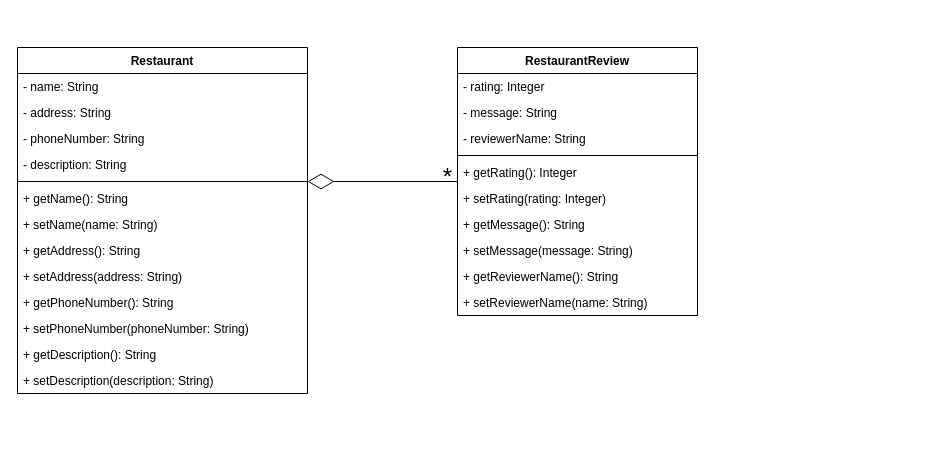
The draw.io diagram Documentation/UMLDiagram.drawio in ericrleung/SYSC4806-Project, before the edit. Source tidied: cells renumbered, new cells numbered last; positions are measured from the earlier drawing's top-left corner, leaving out a move shared by most shapes. Both pictures are drawn from the tidied source at 100%, with x=0, y=0 at pixel (17, 47).
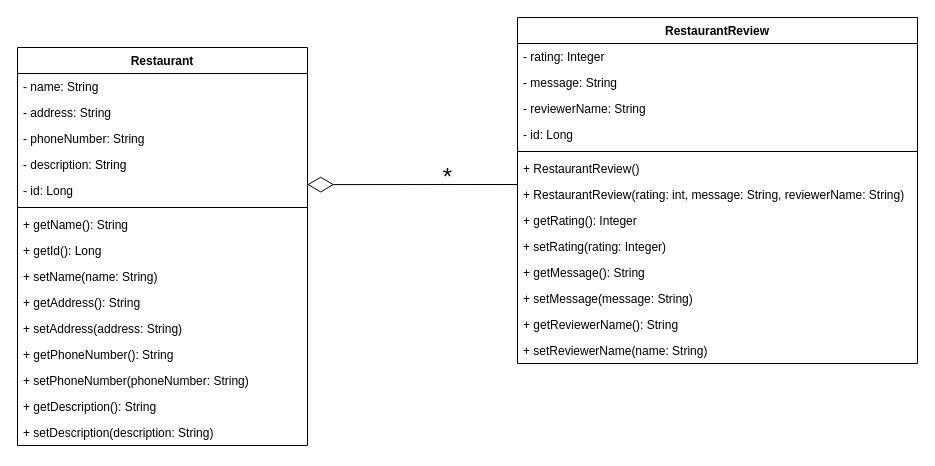
The same page after the edit.

Change to the diagram source:
```diff
@@
     <mxCell id="2" value="Restaurant" style="swimlane;fontStyle=1;align=center;verticalAlign=top;horizontal=1;startSize=26;" parent="1" vertex="1">
-      <mxGeometry width="290" height="346" as="geometry" />
+      <mxGeometry width="290" height="398" as="geometry" />
     </mxCell>
@@
+    <mxCell id="29" value="- id: Long" style="text;strokeColor=none;fillColor=none;align=left;verticalAlign=top;spacingLeft=4;spacingRight=4;overflow=hidden;points=[[0,0.5],[1,0.5]];portConstraint=eastwest;" parent="2" vertex="1">
+      <mxGeometry y="130" width="290" height="26" as="geometry" />
+    </mxCell>
     <mxCell id="7" style="line;strokeWidth=1;fillColor=none;align=left;verticalAlign=middle;spacingTop=-1;spacingLeft=3;spacingRight=3;labelPosition=right;points=[];portConstraint=eastwest;" parent="2" vertex="1">
-      <mxGeometry y="130" width="290" height="8" as="geometry" />
+      <mxGeometry y="156" width="290" height="8" as="geometry" />
     </mxCell>
     <mxCell id="8" value="+ getName(): String" style="text;strokeColor=none;fillColor=none;align=left;verticalAlign=top;spacingLeft=4;spacingRight=4;overflow=hidden;" parent="2" vertex="1">
-      <mxGeometry y="138" width="290" height="26" as="geometry" />
+      <mxGeometry y="164" width="290" height="26" as="geometry" />
     </mxCell>
+    <mxCell id="30" value="+ getId(): Long" style="text;strokeColor=none;fillColor=none;align=left;verticalAlign=top;spacingLeft=4;spacingRight=4;overflow=hidden;" parent="2" vertex="1">
+      <mxGeometry y="190" width="290" height="26" as="geometry" />
+    </mxCell>
     <mxCell id="9" value="+ setName(name: String)" style="text;strokeColor=none;fillColor=none;align=left;verticalAlign=top;spacingLeft=4;spacingRight=4;overflow=hidden;" parent="2" vertex="1">
-      <mxGeometry y="164" width="290" height="26" as="geometry" />
+      <mxGeometry y="216" width="290" height="26" as="geometry" />
     </mxCell>
     <mxCell id="10" value="+ getAddress(): String" style="text;strokeColor=none;fillColor=none;align=left;verticalAlign=top;spacingLeft=4;spacingRight=4;overflow=hidden;" parent="2" vertex="1">
-      <mxGeometry y="190" width="290" height="26" as="geometry" />
+      <mxGeometry y="242" width="290" height="26" as="geometry" />
     </mxCell>
     <mxCell id="11" value="+ setAddress(address: String)" style="text;strokeColor=none;fillColor=none;align=left;verticalAlign=top;spacingLeft=4;spacingRight=4;overflow=hidden;" parent="2" vertex="1">
-      <mxGeometry y="216" width="290" height="26" as="geometry" />
+      <mxGeometry y="268" width="290" height="26" as="geometry" />
     </mxCell>
     <mxCell id="12" value="+ getPhoneNumber(): String" style="text;strokeColor=none;fillColor=none;align=left;verticalAlign=top;spacingLeft=4;spacingRight=4;overflow=hidden;" parent="2" vertex="1">
-      <mxGeometry y="242" width="290" height="26" as="geometry" />
+      <mxGeometry y="294" width="290" height="26" as="geometry" />
     </mxCell>
     <mxCell id="13" value="+ setPhoneNumber(phoneNumber: String)" style="text;strokeColor=none;fillColor=none;align=left;verticalAlign=top;spacingLeft=4;spacingRight=4;overflow=hidden;" parent="2" vertex="1">
-      <mxGeometry y="268" width="290" height="26" as="geometry" />
+      <mxGeometry y="320" width="290" height="26" as="geometry" />
     </mxCell>
     <mxCell id="14" value="+ getDescription(): String" style="text;strokeColor=none;fillColor=none;align=left;verticalAlign=top;spacingLeft=4;spacingRight=4;overflow=hidden;" parent="2" vertex="1">
-      <mxGeometry y="294" width="290" height="26" as="geometry" />
+      <mxGeometry y="346" width="290" height="26" as="geometry" />
     </mxCell>
     <mxCell id="15" value="+ setDescription(description: String)" style="text;strokeColor=none;fillColor=none;align=left;verticalAlign=top;spacingLeft=4;spacingRight=4;overflow=hidden;" parent="2" vertex="1">
-      <mxGeometry y="320" width="290" height="26" as="geometry" />
+      <mxGeometry y="372" width="290" height="26" as="geometry" />
     </mxCell>
     <mxCell id="16" value="RestaurantReview" style="swimlane;fontStyle=1;align=center;verticalAlign=top;horizontal=1;startSize=26;" parent="1" vertex="1">
-      <mxGeometry x="440" width="240" height="268" as="geometry" />
+      <mxGeometry x="500" y="-30" width="400" height="346" as="geometry" />
     </mxCell>
     <mxCell id="17" value="- rating: Integer" style="text;strokeColor=none;fillColor=none;align=left;verticalAlign=top;spacingLeft=4;spacingRight=4;overflow=hidden;" parent="16" vertex="1">
-      <mxGeometry y="26" width="240" height="26" as="geometry" />
+      <mxGeometry y="26" width="400" height="26" as="geometry" />
     </mxCell>
     <mxCell id="18" value="- message: String" style="text;strokeColor=none;fillColor=none;align=left;verticalAlign=top;spacingLeft=4;spacingRight=4;overflow=hidden;" parent="16" vertex="1">
-      <mxGeometry y="52" width="240" height="26" as="geometry" />
+      <mxGeometry y="52" width="400" height="26" as="geometry" />
     </mxCell>
     <mxCell id="19" value="- reviewerName: String" style="text;strokeColor=none;fillColor=none;align=left;verticalAlign=top;spacingLeft=4;spacingRight=4;overflow=hidden;" parent="16" vertex="1">
-      <mxGeometry y="78" width="240" height="26" as="geometry" />
+      <mxGeometry y="78" width="400" height="26" as="geometry" />
     </mxCell>
+    <mxCell id="31" value="- id: Long" style="text;strokeColor=none;fillColor=none;align=left;verticalAlign=top;spacingLeft=4;spacingRight=4;overflow=hidden;" parent="16" vertex="1">
+      <mxGeometry y="104" width="400" height="26" as="geometry" />
+    </mxCell>
     <mxCell id="20" style="line;strokeWidth=1;fillColor=none;align=left;verticalAlign=middle;spacingTop=-1;spacingLeft=3;spacingRight=3;labelPosition=right;" parent="16" vertex="1">
-      <mxGeometry y="104" width="240" height="8" as="geometry" />
+      <mxGeometry y="130" width="400" height="8" as="geometry" />
     </mxCell>
+    <mxCell id="32" value="+ RestaurantReview()" style="text;strokeColor=none;fillColor=none;align=left;verticalAlign=top;spacingLeft=4;spacingRight=4;overflow=hidden;" parent="16" vertex="1">
+      <mxGeometry y="138" width="400" height="26" as="geometry" />
+    </mxCell>
+    <mxCell id="33" value="+ RestaurantReview(rating: int, message: String, reviewerName: String)" style="text;strokeColor=none;fillColor=none;align=left;verticalAlign=top;spacingLeft=4;spacingRight=4;overflow=hidden;" parent="16" vertex="1">
+      <mxGeometry y="164" width="400" height="26" as="geometry" />
+    </mxCell>
     <mxCell id="21" value="+ getRating(): Integer" style="text;strokeColor=none;fillColor=none;align=left;verticalAlign=top;spacingLeft=4;spacingRight=4;overflow=hidden;" parent="16" vertex="1">
-      <mxGeometry y="112" width="240" height="26" as="geometry" />
+      <mxGeometry y="190" width="400" height="26" as="geometry" />
     </mxCell>
     <mxCell id="22" value="+ setRating(rating: Integer)" style="text;strokeColor=none;fillColor=none;align=left;verticalAlign=top;spacingLeft=4;spacingRight=4;overflow=hidden;" parent="16" vertex="1">
-      <mxGeometry y="138" width="240" height="26" as="geometry" />
+      <mxGeometry y="216" width="400" height="26" as="geometry" />
     </mxCell>
     <mxCell id="23" value="+ getMessage(): String" style="text;strokeColor=none;fillColor=none;align=left;verticalAlign=top;spacingLeft=4;spacingRight=4;overflow=hidden;" parent="16" vertex="1">
-      <mxGeometry y="164" width="240" height="26" as="geometry" />
+      <mxGeometry y="242" width="400" height="26" as="geometry" />
     </mxCell>
     <mxCell id="24" value="+ setMessage(message: String)" style="text;strokeColor=none;fillColor=none;align=left;verticalAlign=top;spacingLeft=4;spacingRight=4;overflow=hidden;" parent="16" vertex="1">
-      <mxGeometry y="190" width="240" height="26" as="geometry" />
+      <mxGeometry y="268" width="400" height="26" as="geometry" />
     </mxCell>
     <mxCell id="25" value="+ getReviewerName(): String" style="text;strokeColor=none;fillColor=none;align=left;verticalAlign=top;spacingLeft=4;spacingRight=4;overflow=hidden;" parent="16" vertex="1">
-      <mxGeometry y="216" width="240" height="26" as="geometry" />
+      <mxGeometry y="294" width="400" height="26" as="geometry" />
     </mxCell>
     <mxCell id="26" value="+ setReviewerName(name: String)" style="text;strokeColor=none;fillColor=none;align=left;verticalAlign=top;spacingLeft=4;spacingRight=4;overflow=hidden;" parent="16" vertex="1">
-      <mxGeometry y="242" width="240" height="26" as="geometry" />
+      <mxGeometry y="320" width="400" height="26" as="geometry" />
     </mxCell>
-    <mxCell id="27" style="endArrow=diamondThin;endFill=0;endSize=24;html=1;rounded=0;" parent="1" edge="1" source="16" target="7">
-      <mxGeometry relative="1" as="geometry" />
+    <mxCell id="27" style="endArrow=diamondThin;endFill=0;endSize=24;html=1;rounded=0;entryX=0.999;entryY=0.273;entryDx=0;entryDy=0;entryPerimeter=0;" parent="1" edge="1" target="29">
+      <mxGeometry relative="1" as="geometry">
+        <mxPoint x="500" y="137" as="sourcePoint" />
+      </mxGeometry>
     </mxCell>
```
